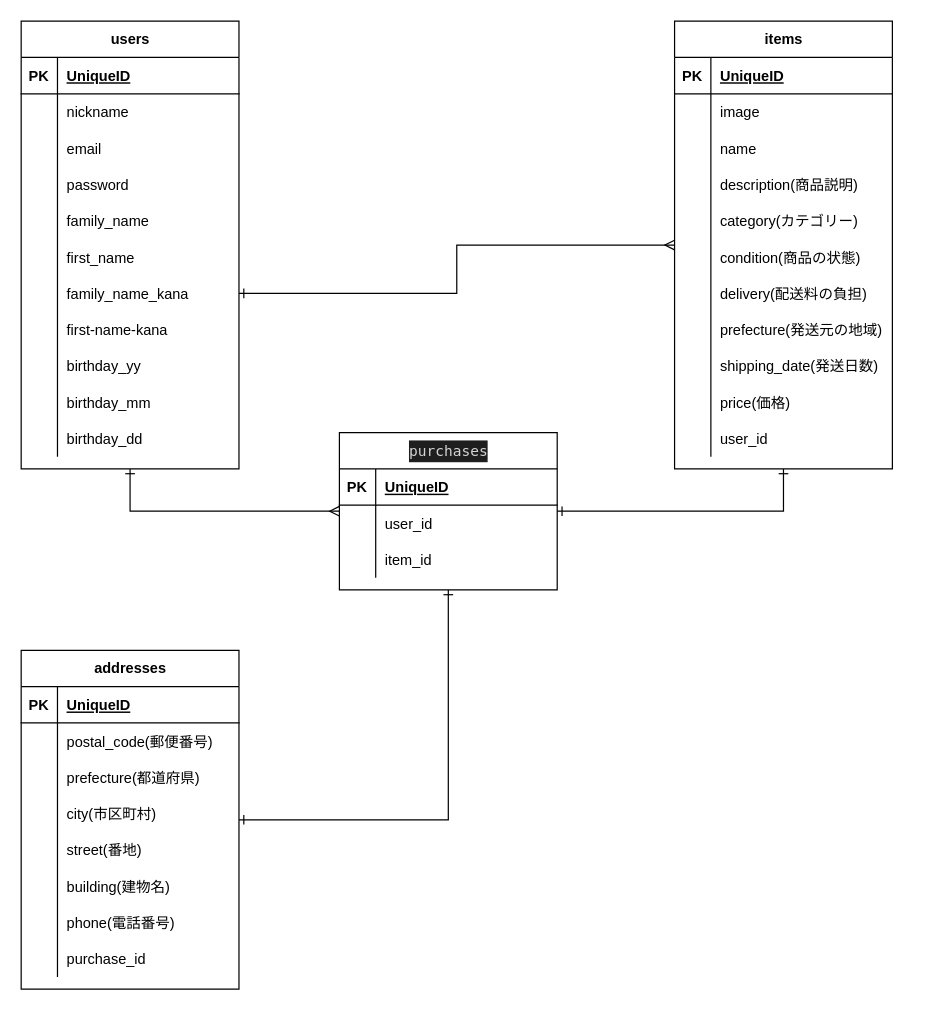
Earlier version of the draw.io diagram furima.dio (oak1331/furima-33794). Source tidied: cells renumbered, new cells numbered last; positions are measured from the earlier drawing's top-left corner, leaving out a move shared by most shapes. Both pictures are drawn from the tidied source at 121%, with x=0, y=0 at pixel (21, 21).
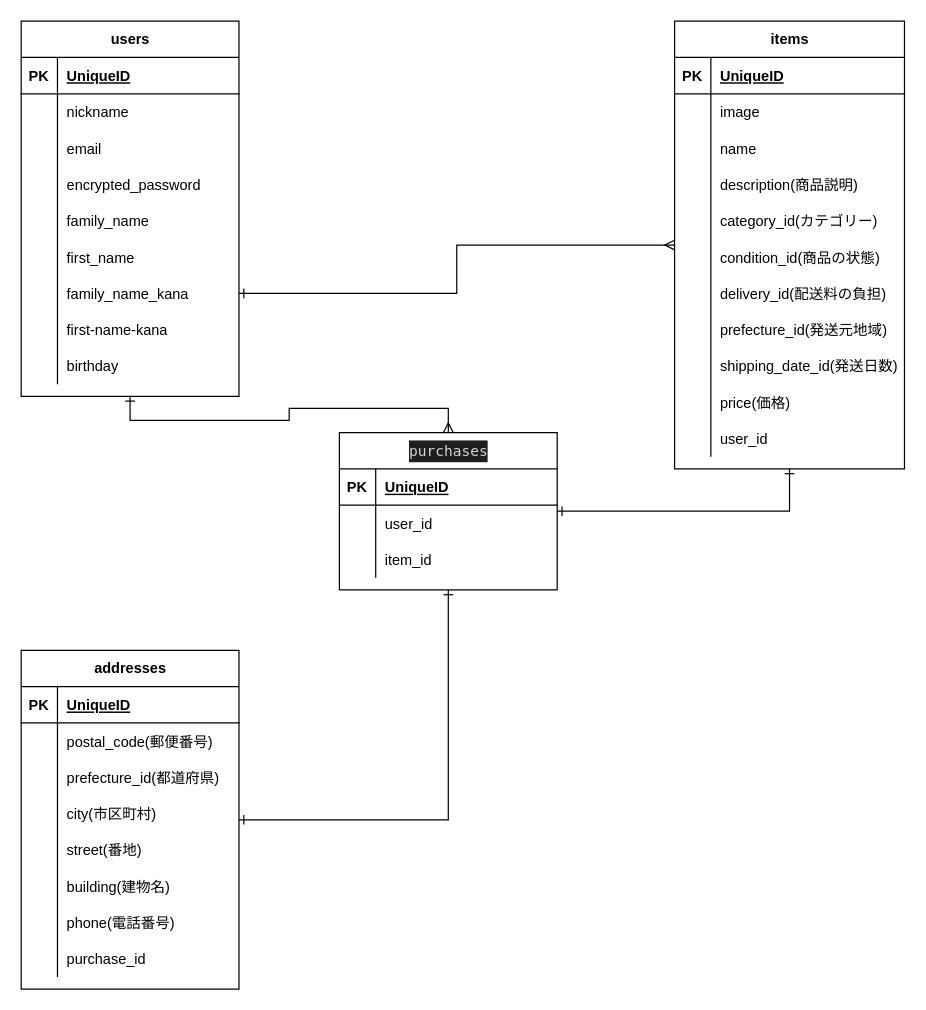
The same diagram, later.

The change refers to these unchanged cells:
```xml
<mxCell id="13" style="shape=partialRectangle;fillColor=none;top=0;left=0;bottom=0;right=0;" parent="3" vertex="1">
  <mxGeometry y="120" width="180" height="30" as="geometry" />
</mxCell>
<mxCell id="28" style="shape=partialRectangle;fillColor=none;top=0;left=0;bottom=0;right=0;" parent="3" vertex="1">
  <mxGeometry y="270" width="180" height="30" as="geometry" />
</mxCell>
<mxCell id="79" style="shape=partialRectangle;fillColor=none;top=0;left=0;bottom=0;right=0;" parent="72" vertex="1">
  <mxGeometry y="90" width="180" height="30" as="geometry" />
</mxCell>
```

Change to the diagram source:
```diff
@@
     <mxCell id="3" value="users" style="shape=table;startSize=30;childLayout=tableLayout;rowLines=0;fontStyle=1;align=center;html=1;" parent="1" vertex="1">
-      <mxGeometry width="180" height="370" as="geometry" />
+      <mxGeometry width="180" height="310" as="geometry" />
     </mxCell>
@@
-    <mxCell id="15" value="password" style="shape=partialRectangle;fillColor=none;top=0;left=0;bottom=0;right=0;align=left;spacingLeft=6;overflow=hidden;" parent="13" vertex="1">
+    <mxCell id="15" value="encrypted_password" style="shape=partialRectangle;fillColor=none;top=0;left=0;bottom=0;right=0;align=left;spacingLeft=6;overflow=hidden;" parent="13" vertex="1">
       <mxGeometry x="30" width="150" height="30" as="geometry" />
     </mxCell>
@@
-    <mxCell id="30" value="birthday_yy" style="shape=partialRectangle;fillColor=none;top=0;left=0;bottom=0;right=0;align=left;spacingLeft=6;overflow=hidden;" parent="28" vertex="1">
+    <mxCell id="30" value="birthday" style="shape=partialRectangle;fillColor=none;top=0;left=0;bottom=0;right=0;align=left;spacingLeft=6;overflow=hidden;" parent="28" vertex="1">
       <mxGeometry x="30" width="150" height="30" as="geometry" />
     </mxCell>
-    <mxCell id="31" style="shape=partialRectangle;fillColor=none;top=0;left=0;bottom=0;right=0;" parent="3" vertex="1">
-      <mxGeometry y="300" width="180" height="30" as="geometry" />
-    </mxCell>
-    <mxCell id="32" style="shape=partialRectangle;fillColor=none;top=0;left=0;bottom=0;right=0;overflow=hidden;" parent="31" vertex="1">
-      <mxGeometry width="30" height="30" as="geometry" />
-    </mxCell>
-    <mxCell id="33" value="birthday_mm" style="shape=partialRectangle;fillColor=none;top=0;left=0;bottom=0;right=0;align=left;spacingLeft=6;overflow=hidden;" parent="31" vertex="1">
-      <mxGeometry x="30" width="150" height="30" as="geometry" />
-    </mxCell>
-    <mxCell id="34" style="shape=partialRectangle;fillColor=none;top=0;left=0;bottom=0;right=0;" parent="3" vertex="1">
-      <mxGeometry y="330" width="180" height="30" as="geometry" />
-    </mxCell>
-    <mxCell id="35" style="shape=partialRectangle;fillColor=none;top=0;left=0;bottom=0;right=0;overflow=hidden;" parent="34" vertex="1">
-      <mxGeometry width="30" height="30" as="geometry" />
-    </mxCell>
-    <mxCell id="36" value="birthday_dd" style="shape=partialRectangle;fillColor=none;top=0;left=0;bottom=0;right=0;align=left;spacingLeft=6;overflow=hidden;" parent="34" vertex="1">
-      <mxGeometry x="30" width="150" height="30" as="geometry" />
-    </mxCell>
     <mxCell id="37" value="items" style="shape=table;startSize=30;childLayout=tableLayout;rowLines=0;fontStyle=1;align=center;html=1;" parent="1" vertex="1">
-      <mxGeometry x="540" width="180" height="370" as="geometry" />
+      <mxGeometry x="540" width="190" height="370" as="geometry" />
     </mxCell>
     <mxCell id="38" style="shape=partialRectangle;fillColor=none;top=0;left=0;bottom=1;right=0;" parent="37" vertex="1">
-      <mxGeometry y="30" width="180" height="30" as="geometry" />
+      <mxGeometry y="30" width="190" height="30" as="geometry" />
     </mxCell>
@@
     <mxCell id="40" value="UniqueID" style="shape=partialRectangle;fillColor=none;top=0;left=0;bottom=0;right=0;align=left;spacingLeft=6;fontStyle=5;overflow=hidden;" parent="38" vertex="1">
-      <mxGeometry x="30" width="150" height="30" as="geometry" />
+      <mxGeometry x="30" width="160" height="30" as="geometry" />
     </mxCell>
     <mxCell id="41" style="shape=partialRectangle;fillColor=none;top=0;left=0;bottom=0;right=0;" parent="37" vertex="1">
-      <mxGeometry y="60" width="180" height="30" as="geometry" />
+      <mxGeometry y="60" width="190" height="30" as="geometry" />
     </mxCell>
@@
     <mxCell id="43" value="image" style="shape=partialRectangle;fillColor=none;top=0;left=0;bottom=0;right=0;align=left;spacingLeft=6;overflow=hidden;" parent="41" vertex="1">
-      <mxGeometry x="30" width="150" height="30" as="geometry" />
+      <mxGeometry x="30" width="160" height="30" as="geometry" />
     </mxCell>
     <mxCell id="44" style="shape=partialRectangle;fillColor=none;top=0;left=0;bottom=0;right=0;" parent="37" vertex="1">
-      <mxGeometry y="90" width="180" height="30" as="geometry" />
+      <mxGeometry y="90" width="190" height="30" as="geometry" />
     </mxCell>
@@
     <mxCell id="46" value="name" style="shape=partialRectangle;fillColor=none;top=0;left=0;bottom=0;right=0;align=left;spacingLeft=6;overflow=hidden;" parent="44" vertex="1">
-      <mxGeometry x="30" width="150" height="30" as="geometry" />
+      <mxGeometry x="30" width="160" height="30" as="geometry" />
     </mxCell>
     <mxCell id="47" style="shape=partialRectangle;fillColor=none;top=0;left=0;bottom=0;right=0;" parent="37" vertex="1">
-      <mxGeometry y="120" width="180" height="30" as="geometry" />
+      <mxGeometry y="120" width="190" height="30" as="geometry" />
     </mxCell>
@@
     <mxCell id="49" value="description(商品説明)" style="shape=partialRectangle;fillColor=none;top=0;left=0;bottom=0;right=0;align=left;spacingLeft=6;overflow=hidden;" parent="47" vertex="1">
-      <mxGeometry x="30" width="150" height="30" as="geometry" />
+      <mxGeometry x="30" width="160" height="30" as="geometry" />
     </mxCell>
     <mxCell id="50" style="shape=partialRectangle;fillColor=none;top=0;left=0;bottom=0;right=0;" parent="37" vertex="1">
-      <mxGeometry y="150" width="180" height="30" as="geometry" />
+      <mxGeometry y="150" width="190" height="30" as="geometry" />
     </mxCell>
@@
-    <mxCell id="52" value="category(カテゴリー)" style="shape=partialRectangle;fillColor=none;top=0;left=0;bottom=0;right=0;align=left;spacingLeft=6;overflow=hidden;" parent="50" vertex="1">
-      <mxGeometry x="30" width="150" height="30" as="geometry" />
+    <mxCell id="52" value="category_id(カテゴリー)" style="shape=partialRectangle;fillColor=none;top=0;left=0;bottom=0;right=0;align=left;spacingLeft=6;overflow=hidden;" parent="50" vertex="1">
+      <mxGeometry x="30" width="160" height="30" as="geometry" />
     </mxCell>
     <mxCell id="53" style="shape=partialRectangle;fillColor=none;top=0;left=0;bottom=0;right=0;" parent="37" vertex="1">
-      <mxGeometry y="180" width="180" height="30" as="geometry" />
+      <mxGeometry y="180" width="190" height="30" as="geometry" />
     </mxCell>
@@
-    <mxCell id="55" value="condition(商品の状態)" style="shape=partialRectangle;fillColor=none;top=0;left=0;bottom=0;right=0;align=left;spacingLeft=6;overflow=hidden;" parent="53" vertex="1">
-      <mxGeometry x="30" width="150" height="30" as="geometry" />
+    <mxCell id="55" value="condition_id(商品の状態)" style="shape=partialRectangle;fillColor=none;top=0;left=0;bottom=0;right=0;align=left;spacingLeft=6;overflow=hidden;" parent="53" vertex="1">
+      <mxGeometry x="30" width="160" height="30" as="geometry" />
     </mxCell>
     <mxCell id="56" style="shape=partialRectangle;fillColor=none;top=0;left=0;bottom=0;right=0;" parent="37" vertex="1">
-      <mxGeometry y="210" width="180" height="30" as="geometry" />
+      <mxGeometry y="210" width="190" height="30" as="geometry" />
     </mxCell>
@@
-    <mxCell id="58" value="delivery(配送料の負担)" style="shape=partialRectangle;fillColor=none;top=0;left=0;bottom=0;right=0;align=left;spacingLeft=6;overflow=hidden;" parent="56" vertex="1">
-      <mxGeometry x="30" width="150" height="30" as="geometry" />
+    <mxCell id="58" value="delivery_id(配送料の負担)" style="shape=partialRectangle;fillColor=none;top=0;left=0;bottom=0;right=0;align=left;spacingLeft=6;overflow=hidden;" parent="56" vertex="1">
+      <mxGeometry x="30" width="160" height="30" as="geometry" />
     </mxCell>
     <mxCell id="59" style="shape=partialRectangle;fillColor=none;top=0;left=0;bottom=0;right=0;" parent="37" vertex="1">
-      <mxGeometry y="240" width="180" height="30" as="geometry" />
+      <mxGeometry y="240" width="190" height="30" as="geometry" />
     </mxCell>
@@
-    <mxCell id="61" value="prefecture(発送元の地域)" style="shape=partialRectangle;fillColor=none;top=0;left=0;bottom=0;right=0;align=left;spacingLeft=6;overflow=hidden;" parent="59" vertex="1">
-      <mxGeometry x="30" width="150" height="30" as="geometry" />
+    <mxCell id="61" value="prefecture_id(発送元地域)" style="shape=partialRectangle;fillColor=none;top=0;left=0;bottom=0;right=0;align=left;spacingLeft=6;overflow=hidden;" parent="59" vertex="1">
+      <mxGeometry x="30" width="160" height="30" as="geometry" />
     </mxCell>
     <mxCell id="62" style="shape=partialRectangle;fillColor=none;top=0;left=0;bottom=0;right=0;" parent="37" vertex="1">
-      <mxGeometry y="270" width="180" height="30" as="geometry" />
+      <mxGeometry y="270" width="190" height="30" as="geometry" />
     </mxCell>
@@
-    <mxCell id="64" value="shipping_date(発送日数)" style="shape=partialRectangle;fillColor=none;top=0;left=0;bottom=0;right=0;align=left;spacingLeft=6;overflow=hidden;" parent="62" vertex="1">
-      <mxGeometry x="30" width="150" height="30" as="geometry" />
+    <mxCell id="64" value="shipping_date_id(発送日数)" style="shape=partialRectangle;fillColor=none;top=0;left=0;bottom=0;right=0;align=left;spacingLeft=6;overflow=hidden;" parent="62" vertex="1">
+      <mxGeometry x="30" width="160" height="30" as="geometry" />
     </mxCell>
     <mxCell id="65" style="shape=partialRectangle;fillColor=none;top=0;left=0;bottom=0;right=0;" parent="37" vertex="1">
-      <mxGeometry y="300" width="180" height="30" as="geometry" />
+      <mxGeometry y="300" width="190" height="30" as="geometry" />
     </mxCell>
@@
     <mxCell id="67" value="price(価格)" style="shape=partialRectangle;fillColor=none;top=0;left=0;bottom=0;right=0;align=left;spacingLeft=6;overflow=hidden;" parent="65" vertex="1">
-      <mxGeometry x="30" width="150" height="30" as="geometry" />
+      <mxGeometry x="30" width="160" height="30" as="geometry" />
     </mxCell>
     <mxCell id="68" style="shape=partialRectangle;fillColor=none;top=0;left=0;bottom=0;right=0;" parent="37" vertex="1">
-      <mxGeometry y="330" width="180" height="30" as="geometry" />
+      <mxGeometry y="330" width="190" height="30" as="geometry" />
     </mxCell>
@@
     <mxCell id="70" value="user_id" style="shape=partialRectangle;fillColor=none;top=0;left=0;bottom=0;right=0;align=left;spacingLeft=6;overflow=hidden;" parent="68" vertex="1">
-      <mxGeometry x="30" width="150" height="30" as="geometry" />
+      <mxGeometry x="30" width="160" height="30" as="geometry" />
     </mxCell>
@@
-    <mxCell id="81" value="prefecture(都道府県)" style="shape=partialRectangle;fillColor=none;top=0;left=0;bottom=0;right=0;align=left;spacingLeft=6;overflow=hidden;" parent="79" vertex="1">
+    <mxCell id="81" value="prefecture_id(都道府県)" style="shape=partialRectangle;fillColor=none;top=0;left=0;bottom=0;right=0;align=left;spacingLeft=6;overflow=hidden;" parent="79" vertex="1">
       <mxGeometry x="30" width="150" height="30" as="geometry" />
     </mxCell>
```
